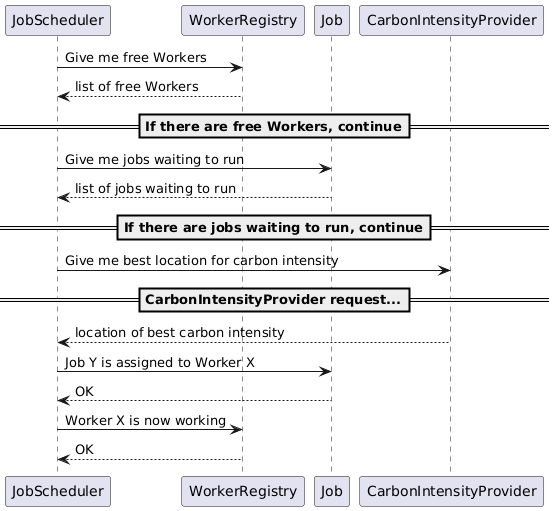
The PlantUML diagram out/docs/diagrams/schedule-job/schedule-job.png in informatik-mannheim/cmg-ss2025, before a commit. Its source is kept beside it as out/docs/diagrams/schedule-job/schedule-job.puml. Its diagram source:
```plantuml
@startuml
JobScheduler -> WorkerRegistry : Give me free Workers
WorkerRegistry --> JobScheduler : list of free Workers

==If there are free Workers, continue==

JobScheduler -> Job : Give me jobs waiting to run
Job --> JobScheduler : list of jobs waiting to run

==If there are jobs waiting to run, continue==

JobScheduler -> CarbonIntensityProvider : Give me best location for carbon intensity

==CarbonIntensityProvider request...==

CarbonIntensityProvider --> JobScheduler : location of best carbon intensity

JobScheduler -> Job : Job Y is assigned to Worker X
Job --> JobScheduler : OK

JobScheduler -> WorkerRegistry : Worker X is now working
WorkerRegistry --> JobScheduler : OK
@enduml
```
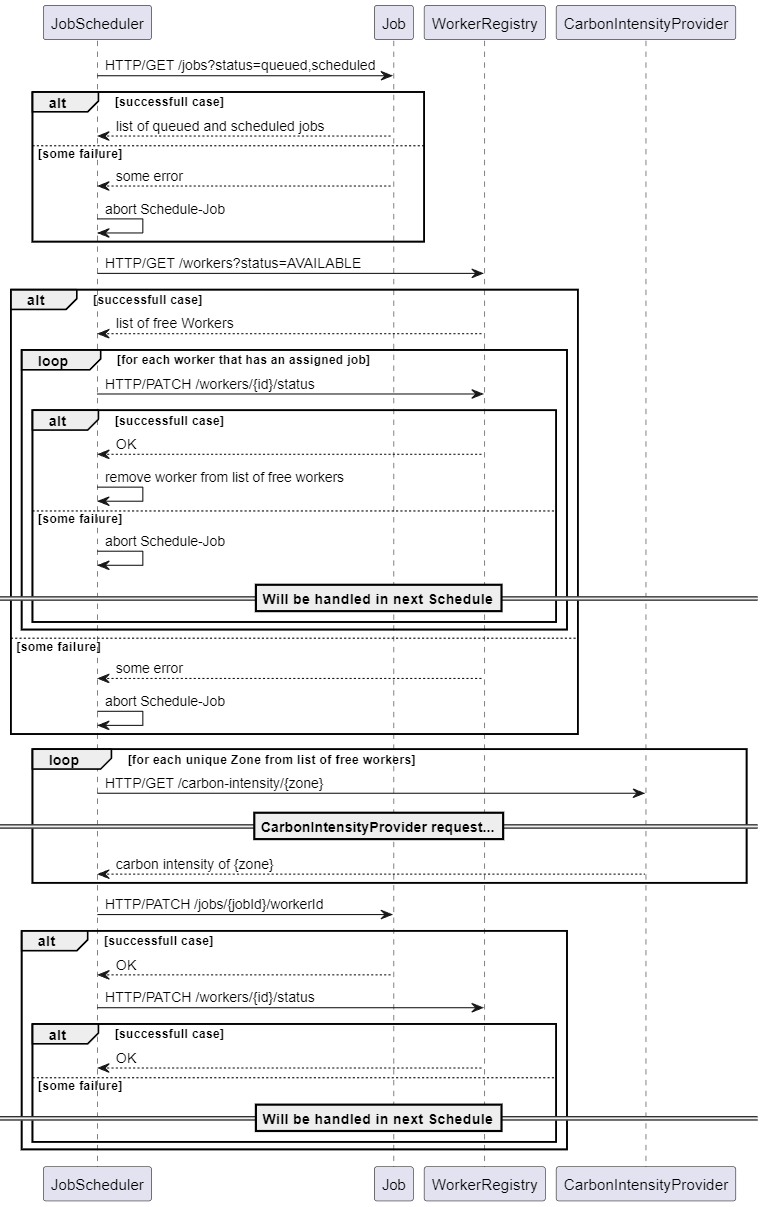
Above is the later version.

Commit message:
fix: Schedule job diagram now using routes and covering more cases

Diff of the diagram source:
```diff
@@ -1,23 +1,53 @@
-@startuml
-JobScheduler -> WorkerRegistry : Give me free Workers
-WorkerRegistry --> JobScheduler : list of free Workers
+@startuml Schedule Job
 
-==If there are free Workers, continue==
+JobScheduler -> Job : HTTP/GET /jobs?status=queued,scheduled
+alt successfull case
+    Job --> JobScheduler : list of queued and scheduled jobs
+else some failure
+    Job --> JobScheduler : some error
+    JobScheduler -> JobScheduler : abort Schedule-Job
+end
 
-JobScheduler -> Job : Give me jobs waiting to run
-Job --> JobScheduler : list of jobs waiting to run
+JobScheduler -> WorkerRegistry : HTTP/GET /workers?status=AVAILABLE
 
-==If there are jobs waiting to run, continue==
+alt successfull case
+    WorkerRegistry --> JobScheduler : list of free Workers
 
-JobScheduler -> CarbonIntensityProvider : Give me best location for carbon intensity
+    loop for each worker that has an assigned job
+        JobScheduler -> WorkerRegistry : HTTP/PATCH /workers/{id}/status
+        alt successfull case
+            WorkerRegistry --> JobScheduler : OK
+            JobScheduler -> JobScheduler : remove worker from list of free workers
+        else some failure
+            JobScheduler -> JobScheduler : abort Schedule-Job
+            ==Will be handled in next Schedule==
+        end
+    end
 
-==CarbonIntensityProvider request...==
+else some failure
+    WorkerRegistry --> JobScheduler : some error
+    JobScheduler -> JobScheduler : abort Schedule-Job
+end
 
-CarbonIntensityProvider --> JobScheduler : location of best carbon intensity
+loop for each unique Zone from list of free workers
+    JobScheduler -> CarbonIntensityProvider : HTTP/GET /carbon-intensity/{zone}
 
-JobScheduler -> Job : Job Y is assigned to Worker X
-Job --> JobScheduler : OK
+    ==CarbonIntensityProvider request...==
 
-JobScheduler -> WorkerRegistry : Worker X is now working
-WorkerRegistry --> JobScheduler : OK
+    CarbonIntensityProvider --> JobScheduler : carbon intensity of {zone}
+end
+
+JobScheduler -> Job : HTTP/PATCH /jobs/{jobId}/workerId
+
+alt successfull case
+    Job --> JobScheduler : OK
+
+
+    JobScheduler -> WorkerRegistry : HTTP/PATCH /workers/{id}/status
+    alt successfull case
+        WorkerRegistry --> JobScheduler : OK
+    else some failure
+        ==Will be handled in next Schedule==
+    end
+end
 @enduml
```
